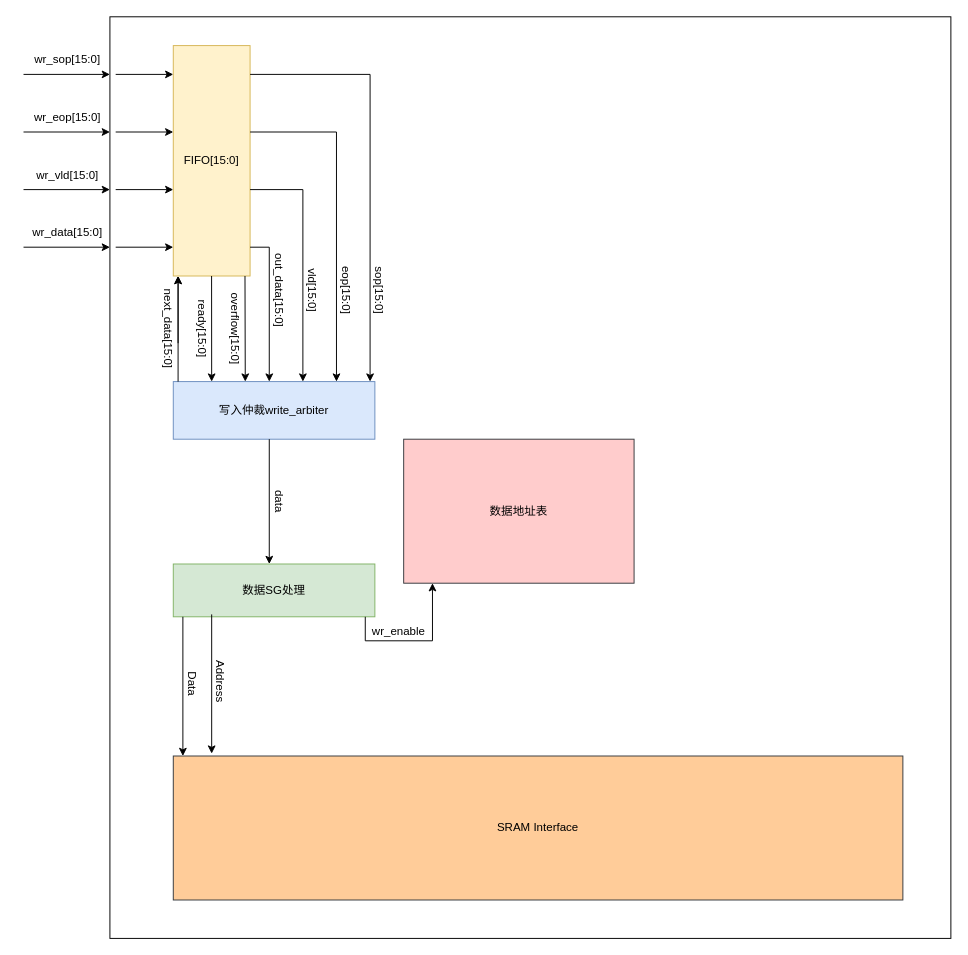
Earlier version of the draw.io diagram system_block.drawio (miilTgy/sram_ctl). Source tidied: cells renumbered, new cells numbered last; positions are measured from the earlier drawing's top-left corner, leaving out a move shared by most shapes. Both pictures are drawn from the tidied source at 96%, with x=0, y=0 at pixel (23, 16).
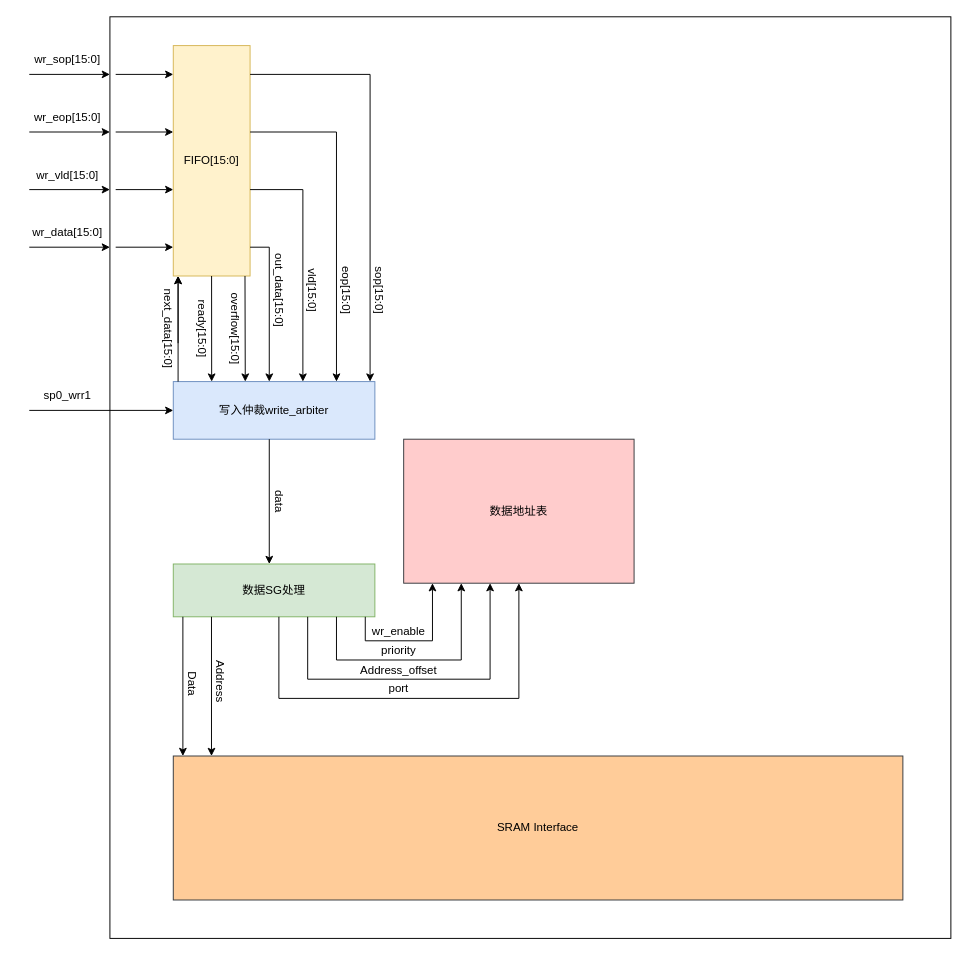
The same page after the edit.

Commit message (it also covers changes not shown here):
Modified system_block.

Change to the diagram source:
```diff
@@
     <mxCell id="8" style="endArrow=classic;html=1;rounded=0;" parent="1" edge="1">
       <mxGeometry relative="1" as="geometry">
-        <mxPoint y="120" as="sourcePoint" />
+        <mxPoint x="6" y="120" as="sourcePoint" />
         <mxPoint x="90" y="120" as="targetPoint" />
       </mxGeometry>
     </mxCell>
     <mxCell id="9" style="endArrow=classic;html=1;rounded=0;" parent="1" edge="1">
       <mxGeometry relative="1" as="geometry">
-        <mxPoint y="60" as="sourcePoint" />
+        <mxPoint x="6" y="60" as="sourcePoint" />
         <mxPoint x="90" y="60" as="targetPoint" />
       </mxGeometry>
     </mxCell>
     <mxCell id="10" style="endArrow=classic;html=1;rounded=0;" parent="1" edge="1">
       <mxGeometry relative="1" as="geometry">
-        <mxPoint y="180" as="sourcePoint" />
+        <mxPoint x="6" y="180" as="sourcePoint" />
         <mxPoint x="90" y="180" as="targetPoint" />
       </mxGeometry>
     </mxCell>
     <mxCell id="11" style="endArrow=classic;html=1;rounded=0;" parent="1" edge="1">
       <mxGeometry relative="1" as="geometry">
-        <mxPoint y="240" as="sourcePoint" />
+        <mxPoint x="6" y="240" as="sourcePoint" />
         <mxPoint x="90" y="240" as="targetPoint" />
       </mxGeometry>
     </mxCell>
@@
     <mxCell id="37" style="endArrow=classic;html=1;rounded=0;" parent="1" edge="1">
       <mxGeometry relative="1" as="geometry">
-        <mxPoint x="196" y="622.5" as="sourcePoint" />
-        <mxPoint x="196" y="767.5" as="targetPoint" />
+        <mxPoint x="195.8" y="625" as="sourcePoint" />
+        <mxPoint x="195.8" y="770" as="targetPoint" />
       </mxGeometry>
     </mxCell>
@@
+    <mxCell id="43" style="endArrow=classic;html=1;rounded=0;" parent="1" edge="1">
+      <mxGeometry relative="1" as="geometry">
+        <mxPoint x="326" y="625" as="sourcePoint" />
+        <mxPoint x="456" y="590" as="targetPoint" />
+        <Array as="points">
+          <mxPoint x="326" y="670" />
+          <mxPoint x="456" y="670" />
+        </Array>
+      </mxGeometry>
+    </mxCell>
+    <mxCell id="44" value="priority" style="text;html=1;align=center;verticalAlign=middle;whiteSpace=wrap;rounded=0;" parent="1" vertex="1">
+      <mxGeometry x="361" y="645" width="60" height="30" as="geometry" />
+    </mxCell>
+    <mxCell id="45" style="endArrow=classic;html=1;rounded=0;" parent="1" edge="1">
+      <mxGeometry relative="1" as="geometry">
+        <mxPoint x="296" y="625" as="sourcePoint" />
+        <mxPoint x="486" y="590" as="targetPoint" />
+        <Array as="points">
+          <mxPoint x="296" y="690" />
+          <mxPoint x="486" y="690" />
+        </Array>
+      </mxGeometry>
+    </mxCell>
+    <mxCell id="46" value="Address_offset" style="text;html=1;align=center;verticalAlign=middle;whiteSpace=wrap;rounded=0;" parent="1" vertex="1">
+      <mxGeometry x="361" y="666" width="60" height="30" as="geometry" />
+    </mxCell>
+    <mxCell id="47" style="endArrow=classic;html=1;rounded=0;" parent="1" edge="1">
+      <mxGeometry relative="1" as="geometry">
+        <mxPoint x="266" y="625" as="sourcePoint" />
+        <mxPoint x="516" y="590" as="targetPoint" />
+        <Array as="points">
+          <mxPoint x="266" y="710" />
+          <mxPoint x="516" y="710" />
+        </Array>
+      </mxGeometry>
+    </mxCell>
+    <mxCell id="48" value="port" style="text;html=1;align=center;verticalAlign=middle;whiteSpace=wrap;rounded=0;" parent="1" vertex="1">
+      <mxGeometry x="361" y="685" width="60" height="30" as="geometry" />
+    </mxCell>
+    <mxCell id="49" style="endArrow=classic;html=1;rounded=0;" parent="1" edge="1">
+      <mxGeometry relative="1" as="geometry">
+        <mxPoint x="6" y="410" as="sourcePoint" />
+        <mxPoint x="156" y="410" as="targetPoint" />
+      </mxGeometry>
+    </mxCell>
+    <mxCell id="50" value="sp0_wrr1" style="text;html=1;align=center;verticalAlign=middle;whiteSpace=wrap;rounded=0;" parent="1" vertex="1">
+      <mxGeometry x="16" y="380" width="60" height="30" as="geometry" />
+    </mxCell>
```
